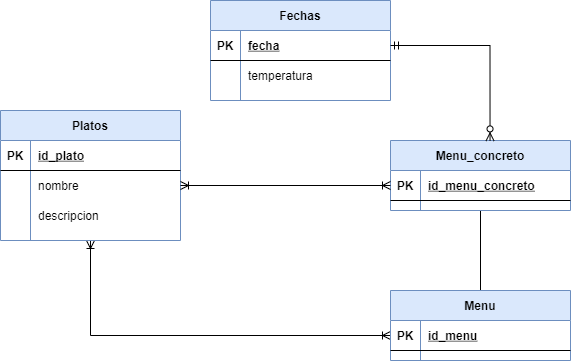
rayl-bot/diagrams-group8 keeps this draw.io diagram as ejercicio15.png. Above is the earlier version. Source tidied: cells renumbered, new cells last; positions are measured from the earlier drawing's top-left corner, leaving out a move shared by most shapes.
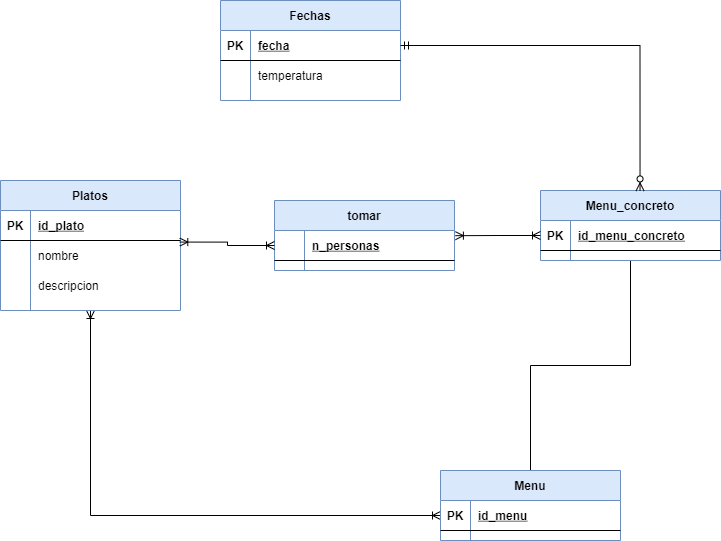
Later version of the same file.

The edit, as a diff of the source:
```diff
@@ -36,7 +36,7 @@
       <mxGeometry x="30" width="150" height="30" as="geometry" />
     </mxCell>
     <mxCell id="13" value="Fechas" style="shape=table;startSize=30;rowLines=0;fontStyle=1;align=center;fillColor=#dae8fc;strokeColor=#6c8ebf;swimlaneFillColor=#ffffff;" parent="1" vertex="1">
-      <mxGeometry x="210" width="180" height="100" as="geometry" />
+      <mxGeometry x="220" y="-70" width="180" height="100" as="geometry" />
     </mxCell>
     <mxCell id="14" style="shape=partialRectangle;fillColor=none;top=0;left=0;bottom=1;right=0;points=[[0,0.5],[1,0.5]];portConstraint=eastwest;" parent="13" vertex="1">
       <mxGeometry y="30" width="180" height="30" as="geometry" />
@@ -60,7 +60,7 @@
       <mxGeometry relative="1" as="geometry" />
     </mxCell>
     <mxCell id="21" value="Menu_concreto" style="shape=table;startSize=30;rowLines=0;fontStyle=1;align=center;fillColor=#dae8fc;strokeColor=#6c8ebf;swimlaneFillColor=#ffffff;" parent="1" vertex="1">
-      <mxGeometry x="390" y="140" width="180" height="70" as="geometry" />
+      <mxGeometry x="540" y="120" width="180" height="70" as="geometry" />
     </mxCell>
     <mxCell id="22" style="shape=partialRectangle;fillColor=none;top=0;left=0;bottom=1;right=0;points=[[0,0.5],[1,0.5]];portConstraint=eastwest;" parent="21" vertex="1">
       <mxGeometry y="30" width="180" height="30" as="geometry" />
@@ -72,7 +72,7 @@
       <mxGeometry x="30" width="150" height="30" as="geometry" />
     </mxCell>
     <mxCell id="25" value="Menu" style="shape=table;startSize=30;rowLines=0;fontStyle=1;align=center;fillColor=#dae8fc;strokeColor=#6c8ebf;swimlaneFillColor=#ffffff;" parent="1" vertex="1">
-      <mxGeometry x="390" y="290" width="180" height="70" as="geometry" />
+      <mxGeometry x="440" y="400" width="180" height="70" as="geometry" />
     </mxCell>
     <mxCell id="26" style="shape=partialRectangle;fillColor=none;top=0;left=0;bottom=1;right=0;points=[[0,0.5],[1,0.5]];portConstraint=eastwest;" parent="25" vertex="1">
       <mxGeometry y="30" width="180" height="30" as="geometry" />
@@ -83,11 +83,26 @@
     <mxCell id="28" value="id_menu" style="shape=partialRectangle;fillColor=none;top=0;left=0;bottom=0;right=0;align=left;spacingLeft=6;fontStyle=5;overflow=hidden;" parent="26" vertex="1">
       <mxGeometry x="30" width="150" height="30" as="geometry" />
     </mxCell>
-    <mxCell id="29" style="edgeStyle=orthogonalEdgeStyle;rounded=0;jettySize=auto;html=1;exitX=1;exitY=0.5;exitDx=0;exitDy=0;entryX=0;entryY=0.5;entryDx=0;entryDy=0;endArrow=ERoneToMany;endFill=0;startArrow=ERoneToMany;startFill=0;" parent="1" edge="1" source="7" target="22">
-      <mxGeometry relative="1" as="geometry" />
-    </mxCell>
     <mxCell id="30" style="edgeStyle=orthogonalEdgeStyle;rounded=0;jettySize=auto;html=1;exitX=1;exitY=0.5;exitDx=0;exitDy=0;entryX=0.553;entryY=0.006;entryDx=0;entryDy=0;entryPerimeter=0;startArrow=ERmandOne;startFill=0;endArrow=ERzeroToMany;endFill=1;" parent="1" edge="1" source="14" target="21">
       <mxGeometry relative="1" as="geometry" />
     </mxCell>
+    <mxCell id="31" value="tomar" style="shape=table;startSize=30;rowLines=0;fontStyle=1;align=center;fillColor=#dae8fc;strokeColor=#6c8ebf;swimlaneFillColor=#ffffff;" parent="1" vertex="1">
+      <mxGeometry x="274" y="130" width="180" height="70" as="geometry" />
+    </mxCell>
+    <mxCell id="32" style="shape=partialRectangle;fillColor=none;top=0;left=0;bottom=1;right=0;points=[[0,0.5],[1,0.5]];portConstraint=eastwest;" parent="31" vertex="1">
+      <mxGeometry y="30" width="180" height="30" as="geometry" />
+    </mxCell>
+    <mxCell id="33" style="shape=partialRectangle;fillColor=none;top=0;left=0;bottom=0;right=0;fontStyle=1;overflow=hidden;" parent="32" vertex="1">
+      <mxGeometry width="30" height="30" as="geometry" />
+    </mxCell>
+    <mxCell id="34" value="n_personas" style="shape=partialRectangle;fillColor=none;top=0;left=0;bottom=0;right=0;align=left;spacingLeft=6;fontStyle=5;overflow=hidden;" parent="32" vertex="1">
+      <mxGeometry x="30" width="150" height="30" as="geometry" />
+    </mxCell>
+    <mxCell id="35" style="edgeStyle=orthogonalEdgeStyle;rounded=0;jettySize=auto;html=1;exitX=0;exitY=0.5;exitDx=0;exitDy=0;entryX=1.005;entryY=0.173;entryDx=0;entryDy=0;entryPerimeter=0;startArrow=ERoneToMany;startFill=0;endArrow=ERoneToMany;endFill=0;" parent="1" edge="1" source="22" target="32">
+      <mxGeometry relative="1" as="geometry" />
+    </mxCell>
+    <mxCell id="36" style="edgeStyle=orthogonalEdgeStyle;rounded=0;jettySize=auto;html=1;exitX=0;exitY=0.5;exitDx=0;exitDy=0;entryX=0.996;entryY=0.053;entryDx=0;entryDy=0;entryPerimeter=0;startArrow=ERoneToMany;startFill=0;endArrow=ERoneToMany;endFill=0;" parent="1" edge="1" source="32" target="7">
+      <mxGeometry relative="1" as="geometry" />
+    </mxCell>
   </root>
 </mxGraphModel>
```
